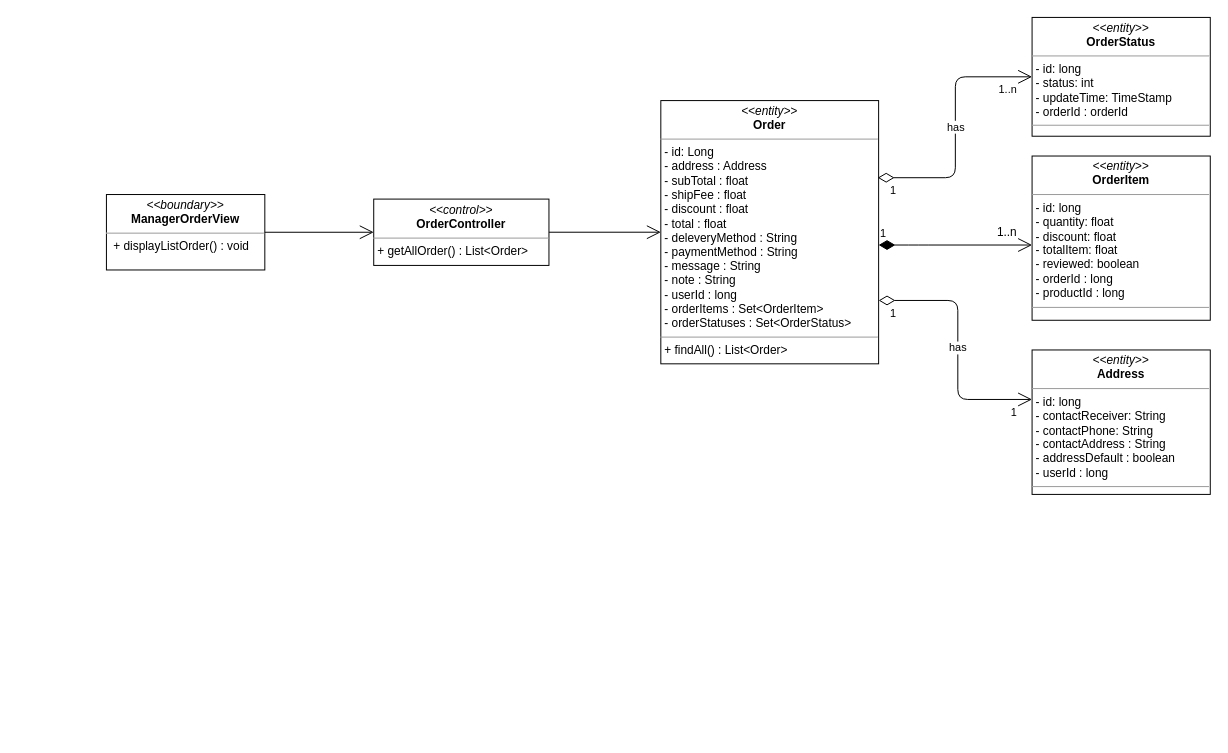
nguyenphamvan/datn_20202 keeps this draw.io diagram as class diagram/manager-order-class-diagram.drawio. Above is the earlier version. Source tidied: cells renumbered, new cells numbered last; positions are measured from the earlier drawing's top-left corner, leaving out a move shared by most shapes. Both pictures are drawn from the tidied source at 99%, with x=0, y=0 at pixel (106, 17).
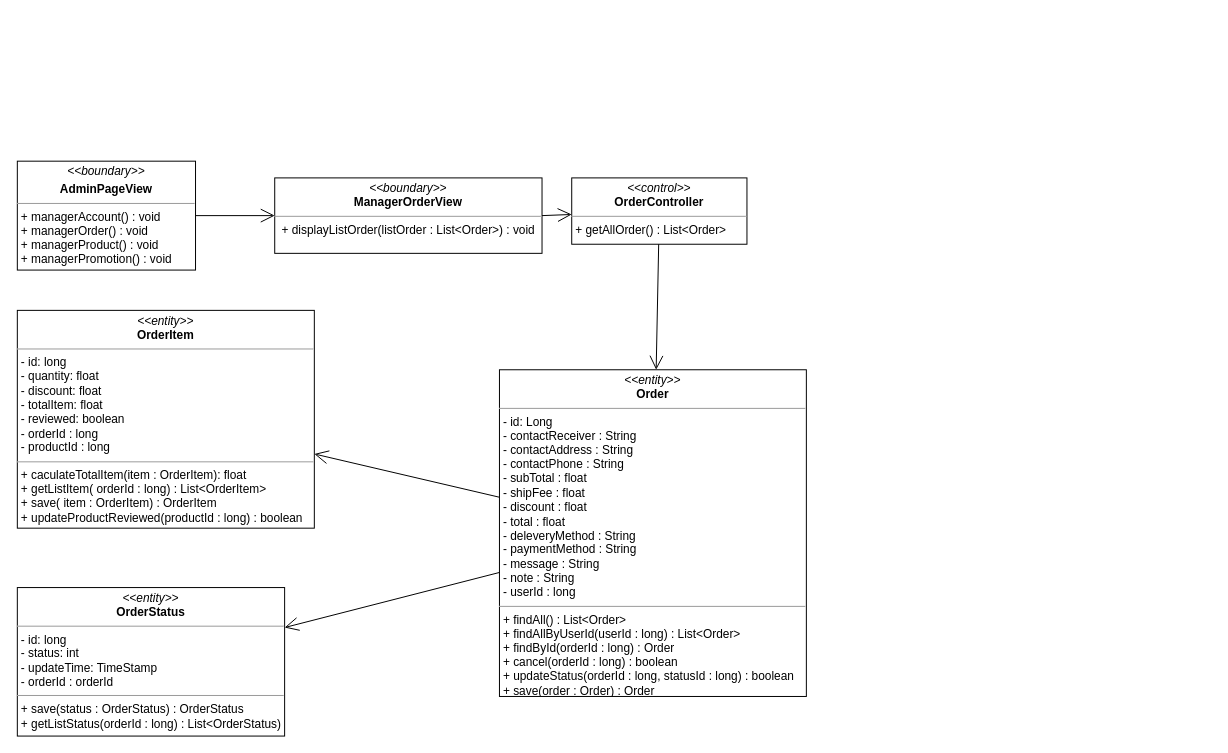
Above is the later version.

The edit, as a diff of the source:
```diff
@@
-    <mxCell id="2" value="&lt;p style=&quot;margin: 0px ; margin-top: 4px ; text-align: center&quot;&gt;&lt;i&gt;&amp;lt;&amp;lt;boundary&amp;gt;&amp;gt;&lt;/i&gt;&lt;br&gt;&lt;b&gt;ManagerOrderView&lt;/b&gt;&lt;/p&gt;&lt;hr size=&quot;1&quot;&gt;&lt;p style=&quot;margin: 0px ; margin-left: 4px&quot;&gt;&lt;span&gt;&amp;nbsp;&lt;/span&gt;&lt;span&gt;+ displayListOrder() : void&lt;/span&gt;&lt;/p&gt;" style="verticalAlign=top;align=left;overflow=fill;fontSize=12;fontFamily=Helvetica;html=1;" parent="1" vertex="1">
-      <mxGeometry y="179" width="160" height="76.2" as="geometry" />
+    <mxCell id="2" value="&lt;p style=&quot;margin: 0px ; margin-top: 4px ; text-align: center&quot;&gt;&lt;i&gt;&amp;lt;&amp;lt;boundary&amp;gt;&amp;gt;&lt;/i&gt;&lt;br&gt;&lt;b&gt;ManagerOrderView&lt;/b&gt;&lt;/p&gt;&lt;hr size=&quot;1&quot;&gt;&lt;p style=&quot;margin: 0px ; margin-left: 4px&quot;&gt;&lt;span&gt;&amp;nbsp;&lt;/span&gt;&lt;span&gt;+ displayListOrder(listOrder : List&amp;lt;Order&amp;gt;) : void&lt;/span&gt;&lt;/p&gt;" style="verticalAlign=top;align=left;overflow=fill;fontSize=12;fontFamily=Helvetica;html=1;" parent="1" vertex="1">
+      <mxGeometry x="170" y="162.2" width="270" height="76.2" as="geometry" />
     </mxCell>
@@
     <mxCell id="4" value="&lt;p style=&quot;margin: 0px ; margin-top: 4px ; text-align: center&quot;&gt;&lt;i&gt;&amp;lt;&amp;lt;control&amp;gt;&amp;gt;&lt;/i&gt;&lt;br&gt;&lt;b&gt;OrderController&lt;/b&gt;&lt;br&gt;&lt;/p&gt;&lt;hr size=&quot;1&quot;&gt;&lt;p style=&quot;margin: 0px ; margin-left: 4px&quot;&gt;&lt;span&gt;+ getAllOrder() : List&amp;lt;Order&amp;gt;&lt;/span&gt;&lt;br&gt;&lt;/p&gt;" style="verticalAlign=top;align=left;overflow=fill;fontSize=12;fontFamily=Helvetica;html=1;" parent="1" vertex="1">
-      <mxGeometry x="270" y="183.6" width="177" height="67" as="geometry" />
+      <mxGeometry x="470" y="162.2" width="177" height="67" as="geometry" />
     </mxCell>
-    <mxCell id="5" style="endArrow=open;endFill=1;endSize=12;html=1;entryX=0;entryY=0.5;entryDx=0;entryDy=0;" parent="1" edge="1" source="4" target="7">
+    <mxCell id="5" style="endArrow=open;endFill=1;endSize=12;html=1;" parent="1" edge="1" source="4" target="20">
       <mxGeometry relative="1" as="geometry" />
     </mxCell>
-    <mxCell id="6" value="&lt;p style=&quot;margin: 0px ; margin-top: 4px ; text-align: center&quot;&gt;&lt;i&gt;&amp;lt;&amp;lt;entity&amp;gt;&amp;gt;&lt;/i&gt;&lt;br&gt;&lt;b&gt;Address&lt;/b&gt;&lt;/p&gt;&lt;hr size=&quot;1&quot;&gt;&lt;p style=&quot;margin: 0px ; margin-left: 4px&quot;&gt;- id: long&lt;/p&gt;&lt;p style=&quot;margin: 0px ; margin-left: 4px&quot;&gt;- contactReceiver: String&lt;br&gt;- contactPhone: String&lt;/p&gt;&lt;p style=&quot;margin: 0px ; margin-left: 4px&quot;&gt;- contactAddress : String&lt;/p&gt;&lt;p style=&quot;margin: 0px ; margin-left: 4px&quot;&gt;- addressDefault : boolean&lt;/p&gt;&lt;p style=&quot;margin: 0px ; margin-left: 4px&quot;&gt;- userId : long&lt;/p&gt;&lt;hr size=&quot;1&quot;&gt;&lt;p style=&quot;margin: 0px ; margin-left: 4px&quot;&gt;&lt;br&gt;&lt;/p&gt;" style="verticalAlign=top;align=left;overflow=fill;fontSize=12;fontFamily=Helvetica;html=1;" parent="1" vertex="1">
-      <mxGeometry x="935" y="336" width="180" height="145.9" as="geometry" />
-    </mxCell>
-    <mxCell id="7" value="&lt;p style=&quot;margin: 0px ; margin-top: 4px ; text-align: center&quot;&gt;&lt;i&gt;&amp;lt;&amp;lt;entity&amp;gt;&amp;gt;&lt;/i&gt;&lt;br&gt;&lt;b&gt;Order&lt;/b&gt;&lt;/p&gt;&lt;hr size=&quot;1&quot;&gt;&lt;p style=&quot;margin: 0px ; margin-left: 4px&quot;&gt;- id: Long&lt;/p&gt;&lt;p style=&quot;margin: 0px 0px 0px 4px&quot;&gt;- address : Address&lt;/p&gt;&lt;p style=&quot;margin: 0px 0px 0px 4px&quot;&gt;- subTotal : float&lt;/p&gt;&lt;p style=&quot;margin: 0px 0px 0px 4px&quot;&gt;- shipFee : float&lt;/p&gt;&lt;p style=&quot;margin: 0px 0px 0px 4px&quot;&gt;- discount : float&lt;/p&gt;&lt;p style=&quot;margin: 0px 0px 0px 4px&quot;&gt;- total : float&lt;/p&gt;&lt;p style=&quot;margin: 0px 0px 0px 4px&quot;&gt;- deleveryMethod : String&lt;/p&gt;&lt;p style=&quot;margin: 0px 0px 0px 4px&quot;&gt;- paymentMethod : String&lt;/p&gt;&lt;p style=&quot;margin: 0px 0px 0px 4px&quot;&gt;- message : String&lt;/p&gt;&lt;p style=&quot;margin: 0px 0px 0px 4px&quot;&gt;- note : String&lt;/p&gt;&lt;p style=&quot;margin: 0px 0px 0px 4px&quot;&gt;- userId : long&lt;/p&gt;&lt;p style=&quot;margin: 0px 0px 0px 4px&quot;&gt;- orderItems : Set&amp;lt;OrderItem&amp;gt;&lt;/p&gt;&lt;p style=&quot;margin: 0px 0px 0px 4px&quot;&gt;- orderStatuses : Set&amp;lt;OrderStatus&amp;gt;&lt;/p&gt;&lt;hr size=&quot;1&quot;&gt;&lt;p style=&quot;margin: 0px ; margin-left: 4px&quot;&gt;+ findAll() : List&amp;lt;Order&amp;gt;&lt;/p&gt;" style="verticalAlign=top;align=left;overflow=fill;fontSize=12;fontFamily=Helvetica;html=1;" parent="1" vertex="1">
-      <mxGeometry x="560" y="84.1" width="220" height="265.9" as="geometry" />
-    </mxCell>
-    <mxCell id="8" value="&lt;p style=&quot;margin: 0px ; margin-top: 4px ; text-align: center&quot;&gt;&lt;i&gt;&amp;lt;&amp;lt;entity&amp;gt;&amp;gt;&lt;/i&gt;&lt;br&gt;&lt;b&gt;OrderItem&lt;/b&gt;&lt;/p&gt;&lt;hr size=&quot;1&quot;&gt;&lt;p style=&quot;margin: 0px ; margin-left: 4px&quot;&gt;- id: long&lt;/p&gt;&lt;p style=&quot;margin: 0px ; margin-left: 4px&quot;&gt;- quantity: float&lt;br&gt;- discount: float&lt;/p&gt;&lt;p style=&quot;margin: 0px ; margin-left: 4px&quot;&gt;- totalItem: float&lt;/p&gt;&lt;p style=&quot;margin: 0px ; margin-left: 4px&quot;&gt;- reviewed: boolean&lt;/p&gt;&lt;p style=&quot;margin: 0px ; margin-left: 4px&quot;&gt;- orderId : long&lt;/p&gt;&lt;p style=&quot;margin: 0px ; margin-left: 4px&quot;&gt;- productId : long&lt;/p&gt;&lt;hr size=&quot;1&quot;&gt;&lt;p style=&quot;margin: 0px ; margin-left: 4px&quot;&gt;&lt;br&gt;&lt;/p&gt;" style="verticalAlign=top;align=left;overflow=fill;fontSize=12;fontFamily=Helvetica;html=1;" parent="1" vertex="1">
-      <mxGeometry x="935" y="140.1" width="180" height="165.9" as="geometry" />
-    </mxCell>
-    <mxCell id="9" value="&lt;p style=&quot;margin: 0px ; margin-top: 4px ; text-align: center&quot;&gt;&lt;i&gt;&amp;lt;&amp;lt;entity&amp;gt;&amp;gt;&lt;/i&gt;&lt;br&gt;&lt;b&gt;OrderStatus&lt;/b&gt;&lt;/p&gt;&lt;hr size=&quot;1&quot;&gt;&lt;p style=&quot;margin: 0px ; margin-left: 4px&quot;&gt;- id: long&lt;/p&gt;&lt;p style=&quot;margin: 0px ; margin-left: 4px&quot;&gt;- status: int&lt;br&gt;- updateTime: TimeStamp&lt;/p&gt;&lt;p style=&quot;margin: 0px ; margin-left: 4px&quot;&gt;- orderId : orderId&lt;/p&gt;&lt;hr size=&quot;1&quot;&gt;&lt;p style=&quot;margin: 0px ; margin-left: 4px&quot;&gt;&lt;br&gt;&lt;/p&gt;" style="verticalAlign=top;align=left;overflow=fill;fontSize=12;fontFamily=Helvetica;html=1;" parent="1" vertex="1">
-      <mxGeometry x="935" y="0.1" width="180" height="120" as="geometry" />
-    </mxCell>
-    <mxCell id="10" value="has" style="endArrow=open;html=1;endSize=12;startArrow=diamondThin;startSize=14;startFill=0;edgeStyle=orthogonalEdgeStyle;exitX=0.996;exitY=0.293;exitDx=0;exitDy=0;exitPerimeter=0;" parent="1" edge="1" source="7" target="9">
-      <mxGeometry relative="1" as="geometry" />
-    </mxCell>
-    <mxCell id="11" value="1" style="edgeLabel;html=1;align=left;verticalAlign=top;" parent="10" vertex="1">
-      <mxGeometry x="-1" relative="1" as="geometry">
-        <mxPoint x="11" as="offset" />
-      </mxGeometry>
-    </mxCell>
-    <mxCell id="12" value="1..n" style="edgeLabel;html=1;align=right;verticalAlign=top;" parent="10" vertex="1">
-      <mxGeometry x="1" relative="1" as="geometry">
-        <mxPoint x="-15" as="offset" />
-      </mxGeometry>
-    </mxCell>
-    <mxCell id="13" value="has" style="endArrow=open;html=1;endSize=12;startArrow=diamondThin;startSize=14;startFill=0;edgeStyle=orthogonalEdgeStyle;" parent="1" edge="1" source="7" target="6">
-      <mxGeometry relative="1" as="geometry">
-        <Array as="points">
-          <mxPoint x="860" y="286" />
-          <mxPoint x="860" y="386" />
-        </Array>
-      </mxGeometry>
-    </mxCell>
-    <mxCell id="14" value="1" style="edgeLabel;html=1;align=left;verticalAlign=top;" parent="13" vertex="1">
-      <mxGeometry x="-1" relative="1" as="geometry">
-        <mxPoint x="10" as="offset" />
-      </mxGeometry>
-    </mxCell>
-    <mxCell id="15" value="1" style="edgeLabel;html=1;align=right;verticalAlign=top;" parent="13" vertex="1">
-      <mxGeometry x="1" relative="1" as="geometry">
-        <mxPoint x="-15" as="offset" />
-      </mxGeometry>
-    </mxCell>
-    <mxCell id="16" value="1" style="endArrow=open;html=1;endSize=12;startArrow=diamondThin;startSize=14;startFill=1;edgeStyle=orthogonalEdgeStyle;align=left;verticalAlign=bottom;" parent="1" edge="1" source="7" target="8">
-      <mxGeometry x="-1" y="3" relative="1" as="geometry">
-        <Array as="points">
-          <mxPoint x="820" y="230" />
-          <mxPoint x="820" y="230" />
-        </Array>
-      </mxGeometry>
-    </mxCell>
-    <mxCell id="17" value="1..n" style="text;html=1;strokeColor=none;fillColor=none;align=center;verticalAlign=middle;whiteSpace=wrap;rounded=0;" parent="1" vertex="1">
-      <mxGeometry x="890" y="207.1" width="40" height="20" as="geometry" />
-    </mxCell>
+    <mxCell id="18" value="&lt;p style=&quot;margin: 0px ; margin-top: 4px ; text-align: center&quot;&gt;&lt;i&gt;&amp;lt;&amp;lt;entity&amp;gt;&amp;gt;&lt;/i&gt;&lt;br&gt;&lt;b&gt;OrderItem&lt;/b&gt;&lt;/p&gt;&lt;hr size=&quot;1&quot;&gt;&lt;p style=&quot;margin: 0px ; margin-left: 4px&quot;&gt;- id: long&lt;/p&gt;&lt;p style=&quot;margin: 0px ; margin-left: 4px&quot;&gt;- quantity: float&lt;br&gt;- discount: float&lt;/p&gt;&lt;p style=&quot;margin: 0px ; margin-left: 4px&quot;&gt;- totalItem: float&lt;/p&gt;&lt;p style=&quot;margin: 0px ; margin-left: 4px&quot;&gt;- reviewed: boolean&lt;/p&gt;&lt;p style=&quot;margin: 0px ; margin-left: 4px&quot;&gt;- orderId : long&lt;/p&gt;&lt;p style=&quot;margin: 0px ; margin-left: 4px&quot;&gt;- productId : long&lt;/p&gt;&lt;hr size=&quot;1&quot;&gt;&lt;p style=&quot;margin: 0px 0px 0px 4px&quot;&gt;+ caculateTotalItem(item : OrderItem): float&lt;br&gt;&lt;/p&gt;&lt;p style=&quot;margin: 0px 0px 0px 4px&quot;&gt;+ getListItem( orderId : long) : List&amp;lt;OrderItem&amp;gt;&lt;br&gt;&lt;/p&gt;&lt;p style=&quot;margin: 0px 0px 0px 4px&quot;&gt;+ save( item : OrderItem) : OrderItem&lt;/p&gt;&lt;p style=&quot;margin: 0px 0px 0px 4px&quot;&gt;+ updateProductReviewed(productId : long) : boolean&lt;/p&gt;" style="verticalAlign=top;align=left;overflow=fill;fontSize=12;fontFamily=Helvetica;html=1;" parent="1" vertex="1">
+      <mxGeometry x="-90" y="296" width="300" height="220" as="geometry" />
+    </mxCell>
+    <mxCell id="19" value="&lt;p style=&quot;margin: 0px ; margin-top: 4px ; text-align: center&quot;&gt;&lt;i&gt;&amp;lt;&amp;lt;entity&amp;gt;&amp;gt;&lt;/i&gt;&lt;br&gt;&lt;b&gt;OrderStatus&lt;/b&gt;&lt;/p&gt;&lt;hr size=&quot;1&quot;&gt;&lt;p style=&quot;margin: 0px ; margin-left: 4px&quot;&gt;- id: long&lt;/p&gt;&lt;p style=&quot;margin: 0px ; margin-left: 4px&quot;&gt;- status: int&lt;br&gt;- updateTime: TimeStamp&lt;/p&gt;&lt;p style=&quot;margin: 0px ; margin-left: 4px&quot;&gt;- orderId : orderId&lt;/p&gt;&lt;hr size=&quot;1&quot;&gt;&lt;p style=&quot;margin: 0px ; margin-left: 4px&quot;&gt;+ save(status : OrderStatus) : OrderStatus&lt;/p&gt;&lt;p style=&quot;margin: 0px ; margin-left: 4px&quot;&gt;+ getListStatus(orderId : long) : List&amp;lt;OrderStatus)&lt;/p&gt;" style="verticalAlign=top;align=left;overflow=fill;fontSize=12;fontFamily=Helvetica;html=1;" parent="1" vertex="1">
+      <mxGeometry x="-90" y="576" width="270" height="150" as="geometry" />
+    </mxCell>
+    <mxCell id="20" value="&lt;p style=&quot;margin: 0px ; margin-top: 4px ; text-align: center&quot;&gt;&lt;i&gt;&amp;lt;&amp;lt;entity&amp;gt;&amp;gt;&lt;/i&gt;&lt;br&gt;&lt;b&gt;Order&lt;/b&gt;&lt;/p&gt;&lt;hr size=&quot;1&quot;&gt;&lt;p style=&quot;margin: 0px ; margin-left: 4px&quot;&gt;- id: Long&lt;/p&gt;&lt;p style=&quot;margin: 0px ; margin-left: 4px&quot;&gt;- contactReceiver : String&lt;/p&gt;&lt;p style=&quot;margin: 0px ; margin-left: 4px&quot;&gt;- contactAddress : String&lt;/p&gt;&lt;p style=&quot;margin: 0px ; margin-left: 4px&quot;&gt;- contactPhone : String&lt;/p&gt;&lt;p style=&quot;margin: 0px 0px 0px 4px&quot;&gt;- subTotal : float&lt;/p&gt;&lt;p style=&quot;margin: 0px 0px 0px 4px&quot;&gt;- shipFee : float&lt;/p&gt;&lt;p style=&quot;margin: 0px 0px 0px 4px&quot;&gt;- discount : float&lt;/p&gt;&lt;p style=&quot;margin: 0px 0px 0px 4px&quot;&gt;- total : float&lt;/p&gt;&lt;p style=&quot;margin: 0px 0px 0px 4px&quot;&gt;- deleveryMethod : String&lt;/p&gt;&lt;p style=&quot;margin: 0px 0px 0px 4px&quot;&gt;- paymentMethod : String&lt;/p&gt;&lt;p style=&quot;margin: 0px 0px 0px 4px&quot;&gt;- message : String&lt;/p&gt;&lt;p style=&quot;margin: 0px 0px 0px 4px&quot;&gt;- note : String&lt;/p&gt;&lt;p style=&quot;margin: 0px 0px 0px 4px&quot;&gt;- userId : long&lt;/p&gt;&lt;hr size=&quot;1&quot;&gt;&lt;p style=&quot;margin: 0px 0px 0px 4px&quot;&gt;+ findAll() : List&amp;lt;Order&amp;gt;&lt;/p&gt;&lt;p style=&quot;margin: 0px 0px 0px 4px&quot;&gt;+ findAllByUserId(userId : long) : List&amp;lt;Order&amp;gt;&lt;/p&gt;&lt;p style=&quot;margin: 0px 0px 0px 4px&quot;&gt;+ findById(orderId : long) : Order&lt;br&gt;&lt;/p&gt;&lt;p style=&quot;margin: 0px 0px 0px 4px&quot;&gt;+ cancel(orderId : long) : boolean&lt;br&gt;&lt;/p&gt;&lt;p style=&quot;margin: 0px 0px 0px 4px&quot;&gt;+ updateStatus(orderId : long, statusId : long) : boolean&lt;/p&gt;&lt;p style=&quot;margin: 0px 0px 0px 4px&quot;&gt;+ save(order : Order) : Order&lt;/p&gt;" style="verticalAlign=top;align=left;overflow=fill;fontSize=12;fontFamily=Helvetica;html=1;" parent="1" vertex="1">
+      <mxGeometry x="397" y="356" width="310" height="330" as="geometry" />
+    </mxCell>
+    <mxCell id="21" value="&lt;p style=&quot;margin: 0px ; margin-top: 4px ; text-align: center&quot;&gt;&lt;i&gt;&amp;lt;&amp;lt;boundary&amp;gt;&amp;gt;&lt;/i&gt;&lt;/p&gt;&lt;p style=&quot;margin: 0px ; margin-top: 4px ; text-align: center&quot;&gt;&lt;b&gt;AdminPageView&lt;/b&gt;&lt;/p&gt;&lt;hr size=&quot;1&quot;&gt;&lt;p style=&quot;margin: 0px ; margin-left: 4px&quot;&gt;&lt;span&gt;+ managerAccount() : void&lt;/span&gt;&lt;br&gt;&lt;/p&gt;&lt;p style=&quot;margin: 0px ; margin-left: 4px&quot;&gt;&lt;span&gt;+ managerOrder() : void&lt;/span&gt;&lt;/p&gt;&lt;p style=&quot;margin: 0px ; margin-left: 4px&quot;&gt;&lt;span&gt;+ managerProduct() : void&lt;/span&gt;&lt;/p&gt;&lt;p style=&quot;margin: 0px ; margin-left: 4px&quot;&gt;&lt;span&gt;+ managerPromotion() : void&lt;/span&gt;&lt;/p&gt;" style="verticalAlign=top;align=left;overflow=fill;fontSize=12;fontFamily=Helvetica;html=1;" parent="1" vertex="1">
+      <mxGeometry x="-90" y="145.3" width="180" height="110" as="geometry" />
+    </mxCell>
+    <mxCell id="22" style="endArrow=open;endFill=1;endSize=12;html=1;" parent="1" edge="1" source="21" target="2">
+      <mxGeometry relative="1" as="geometry" />
+    </mxCell>
+    <mxCell id="23" style="endArrow=open;endFill=1;endSize=12;html=1;" parent="1" edge="1" source="20" target="18">
+      <mxGeometry relative="1" as="geometry" />
+    </mxCell>
+    <mxCell id="24" style="endArrow=open;endFill=1;endSize=12;html=1;" parent="1" edge="1" source="20" target="19">
+      <mxGeometry relative="1" as="geometry" />
+    </mxCell>
```
